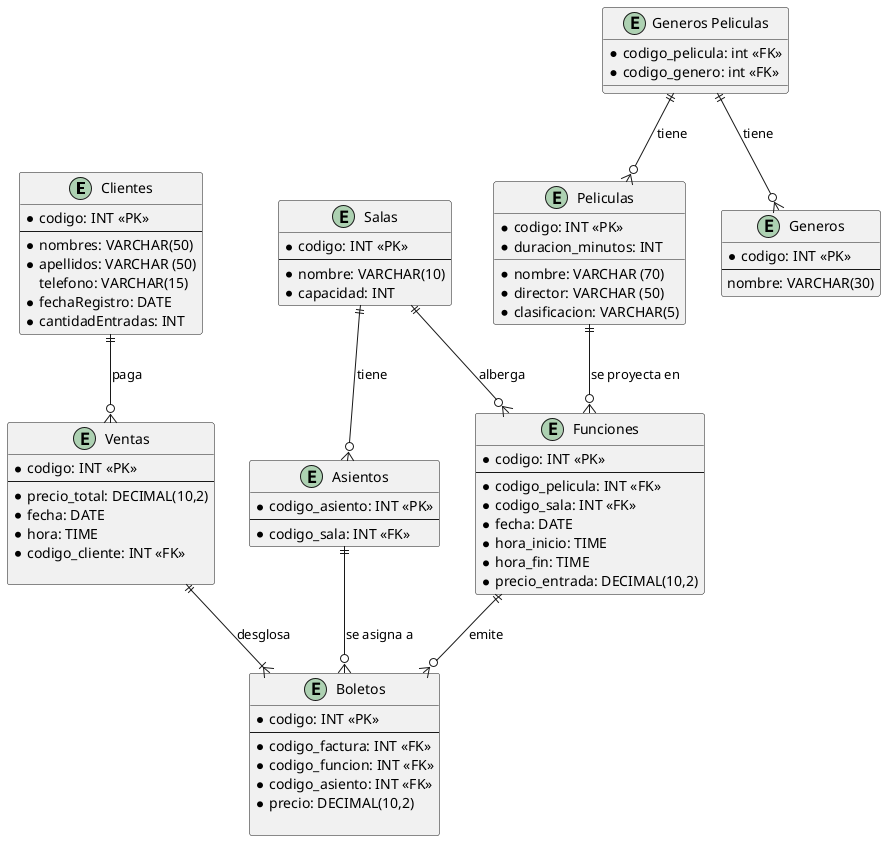
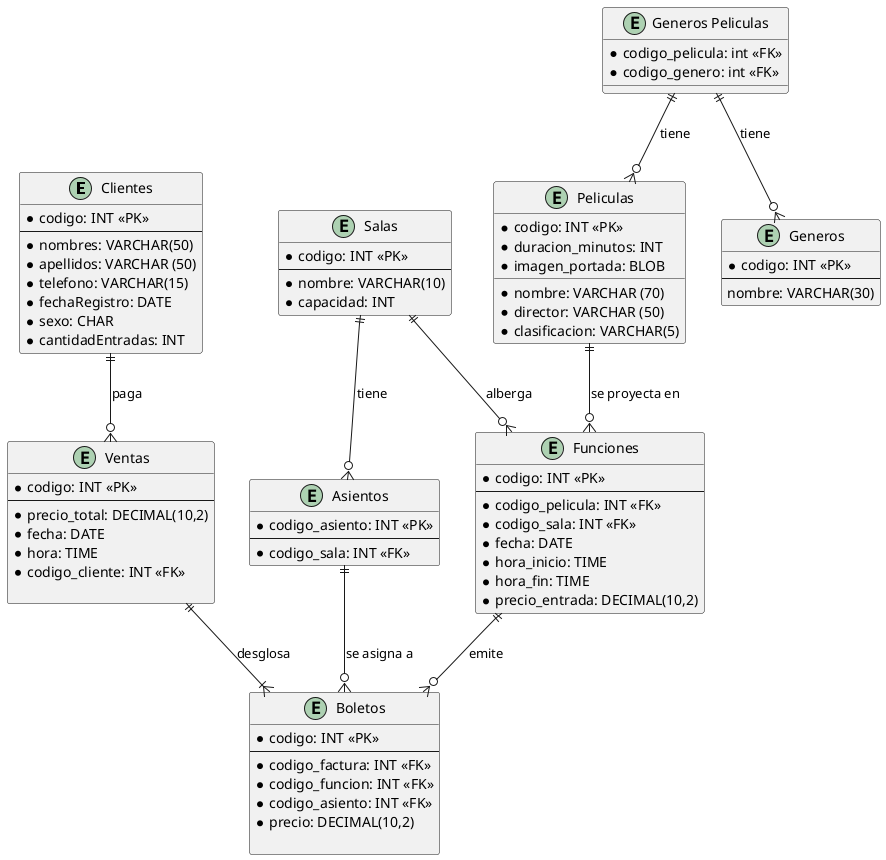
@startuml

entity "Clientes" as Clientes{
    * codigo: INT <<PK>>
    --
    * nombres: VARCHAR(50)
    * apellidos: VARCHAR (50)
-     telefono: VARCHAR(15)
+     * telefono: VARCHAR(15)
    * fechaRegistro: DATE
+     * sexo: CHAR
    * cantidadEntradas: INT
}

entity "Salas" as Salas{
    * codigo: INT <<PK>>
    --
    * nombre: VARCHAR(10)
    * capacidad: INT
}

entity "Peliculas" as Peliculas{
    * codigo: INT <<PK>>
    * nombre: VARCHAR (70)
    * director: VARCHAR (50)
    * duracion_minutos: INT
    * clasificacion: VARCHAR(5)
+     * imagen_portada: BLOB
}

entity "Funciones" as Funciones{
    * codigo: INT <<PK>>
    --
    * codigo_pelicula: INT <<FK>>
    * codigo_sala: INT <<FK>>
    * fecha: DATE
    * hora_inicio: TIME
    * hora_fin: TIME
    * precio_entrada: DECIMAL(10,2)
}

entity "Asientos" as Asientos{
    * codigo_asiento: INT <<PK>>
    --
    * codigo_sala: INT <<FK>>
}

entity "Boletos" as Boletos{
    * codigo: INT <<PK>>
    --
    * codigo_factura: INT <<FK>>
    * codigo_funcion: INT <<FK>>
    * codigo_asiento: INT <<FK>>
    * precio: DECIMAL(10,2)

}
entity "Ventas" as Ventas{
    * codigo: INT <<PK>>
    --
    * precio_total: DECIMAL(10,2)
    * fecha: DATE
    * hora: TIME
    * codigo_cliente: INT <<FK>>

}

entity "Generos" as Generos{
    * codigo: INT <<PK>>
    --
    nombre: VARCHAR(30)
}

entity "Generos Peliculas" as Generos_Peliculas{
    * codigo_pelicula: int <<FK>>
    * codigo_genero: int <<FK>>
}

Generos_Peliculas ||--o{ Generos : "tiene"
"Generos_Peliculas" ||--o{ Peliculas : "tiene"

' Una Sala tiene muchos Asientos
Salas ||--o{ Asientos : "tiene"

' Una Película tiene muchas Funciones
Peliculas ||--o{ Funciones : "se proyecta en"

' Una Sala tiene muchas Funciones
Salas ||--o{ Funciones : "alberga"

' Un Cliente tiene muchas Ventas
Clientes ||--o{ Ventas : "paga"

' Una Venta tiene muchos Boletos (Detalles)
Ventas ||--|{ Boletos : "desglosa"

' Una Función tiene muchos Boletos vendidos
Funciones ||--o{ Boletos : "emite"

' Un Asiento puede estar en muchos Boletos (en diferentes funciones)
Asientos ||--o{ Boletos : "se asigna a"
@enduml